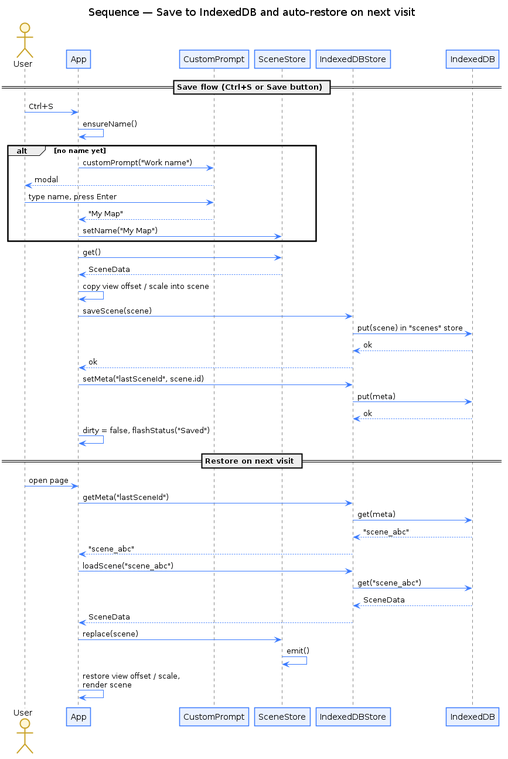
This is docs/sequence-save-load.png from chobocho/arrow, a PlantUML export, as it was before one commit. Its source is kept beside it as docs/sequence-save-load.puml.
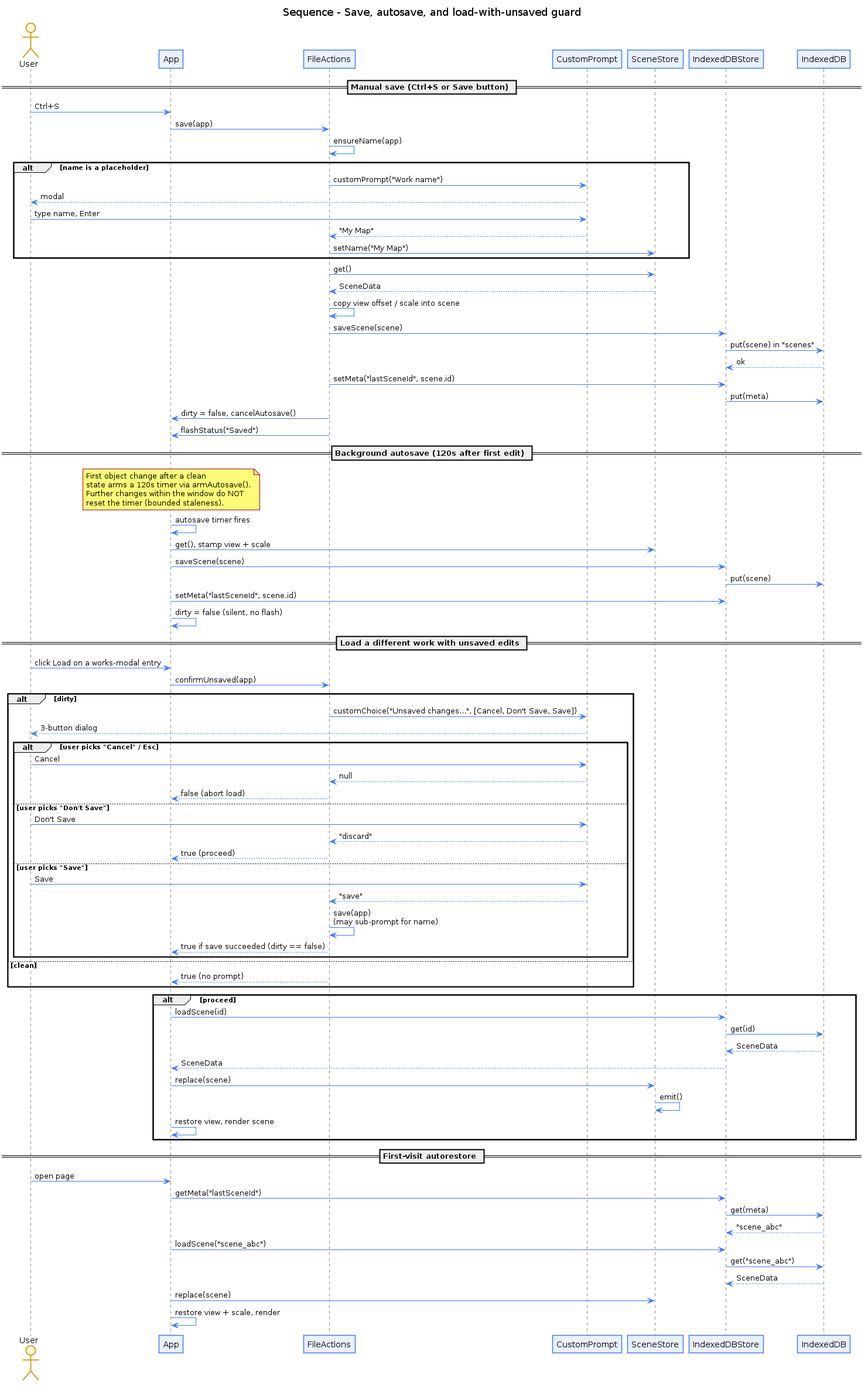
Later version of the same file.

Diff of the diagram source:
```diff
@@ -1,5 +1,5 @@
 @startuml sequence-save-load
-title Sequence — Save to IndexedDB and auto-restore on next visit
+title Sequence - Save, autosave, and load-with-unsaved guard
 
 skinparam shadowing false
 skinparam sequence {
@@ -13,45 +13,90 @@
 
 actor User
 participant App as app
+participant FileActions as fa
 participant CustomPrompt as prompt
 participant SceneStore as store
 participant IndexedDBStore as db
 participant IndexedDB as idb
 
-== Save flow (Ctrl+S or Save button) ==
+== Manual save (Ctrl+S or Save button) ==
 User -> app : Ctrl+S
-app -> app : ensureName()
-alt no name yet
-  app -> prompt : customPrompt("Work name")
+app -> fa : save(app)
+fa -> fa : ensureName(app)
+alt name is a placeholder
+  fa -> prompt : customPrompt("Work name")
   prompt --> User : modal
-  User -> prompt : type name, press Enter
-  prompt --> app : "My Map"
-  app -> store : setName("My Map")
+  User -> prompt : type name, Enter
+  prompt --> fa : "My Map"
+  fa -> store : setName("My Map")
 end
-app -> store : get()
-store --> app : SceneData
-app -> app : copy view offset / scale into scene
+fa -> store : get()
+store --> fa : SceneData
+fa -> fa : copy view offset / scale into scene
+fa -> db : saveScene(scene)
+db -> idb : put(scene) in "scenes"
+idb --> db : ok
+fa -> db : setMeta("lastSceneId", scene.id)
+db -> idb : put(meta)
+fa -> app : dirty = false, cancelAutosave()
+fa -> app : flashStatus("Saved")
+
+== Background autosave (120s after first edit) ==
+note over app
+  First object change after a clean
+  state arms a 120s timer via armAutosave().
+  Further changes within the window do NOT
+  reset the timer (bounded staleness).
+end note
+app -> app : autosave timer fires
+app -> store : get(), stamp view + scale
 app -> db : saveScene(scene)
-db -> idb : put(scene) in "scenes" store
-idb --> db : ok
-db --> app : ok
+db -> idb : put(scene)
 app -> db : setMeta("lastSceneId", scene.id)
-db -> idb : put(meta)
-idb --> db : ok
-app -> app : dirty = false, flashStatus("Saved")
+app -> app : dirty = false (silent, no flash)
 
-== Restore on next visit ==
+== Load a different work with unsaved edits ==
+User -> app : click Load on a works-modal entry
+app -> fa : confirmUnsaved(app)
+alt dirty
+  fa -> prompt : customChoice("Unsaved changes...", [Cancel, Don't Save, Save])
+  prompt --> User : 3-button dialog
+  alt user picks "Cancel" / Esc
+    User -> prompt : Cancel
+    prompt --> fa : null
+    fa --> app : false (abort load)
+  else user picks "Don't Save"
+    User -> prompt : Don't Save
+    prompt --> fa : "discard"
+    fa --> app : true (proceed)
+  else user picks "Save"
+    User -> prompt : Save
+    prompt --> fa : "save"
+    fa -> fa : save(app)\n(may sub-prompt for name)
+    fa --> app : true if save succeeded (dirty == false)
+  end
+else clean
+  fa --> app : true (no prompt)
+end
+alt proceed
+  app -> db : loadScene(id)
+  db -> idb : get(id)
+  idb --> db : SceneData
+  db --> app : SceneData
+  app -> store : replace(scene)
+  store -> store : emit()
+  app -> app : restore view, render scene
+end
+
+== First-visit autorestore ==
 User -> app : open page
 app -> db : getMeta("lastSceneId")
 db -> idb : get(meta)
 idb --> db : "scene_abc"
-db --> app : "scene_abc"
 app -> db : loadScene("scene_abc")
 db -> idb : get("scene_abc")
 idb --> db : SceneData
-db --> app : SceneData
 app -> store : replace(scene)
-store -> store : emit()
-app -> app : restore view offset / scale,\nrender scene
+app -> app : restore view + scale, render
 
 @enduml
```
